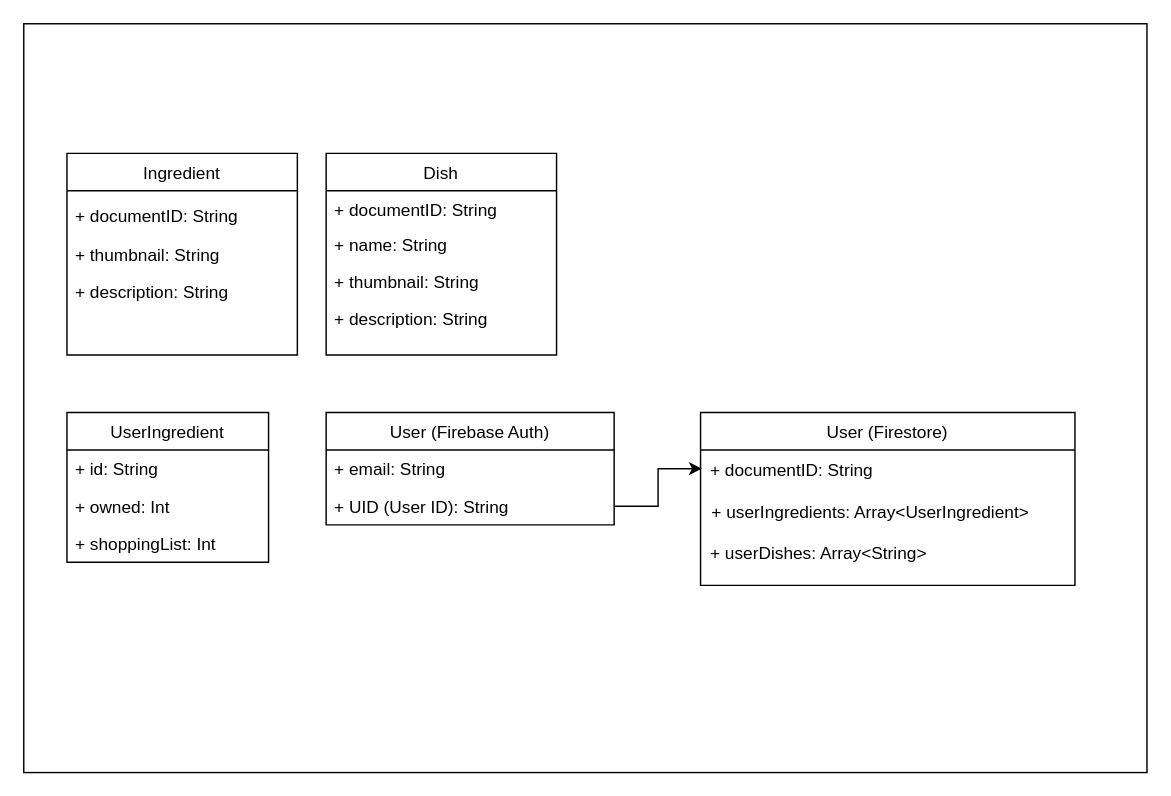
Earlier version of the draw.io diagram Flowcharts and Diagrams/Odysseus DB Diagram.drawio (dpalencia/EasyEats). Source tidied: cells renumbered, new cells numbered last; positions are measured from the earlier drawing's top-left corner, leaving out a move shared by most shapes. Both pictures are drawn from the tidied source at 144%, with x=0, y=0 at pixel (23, 23).
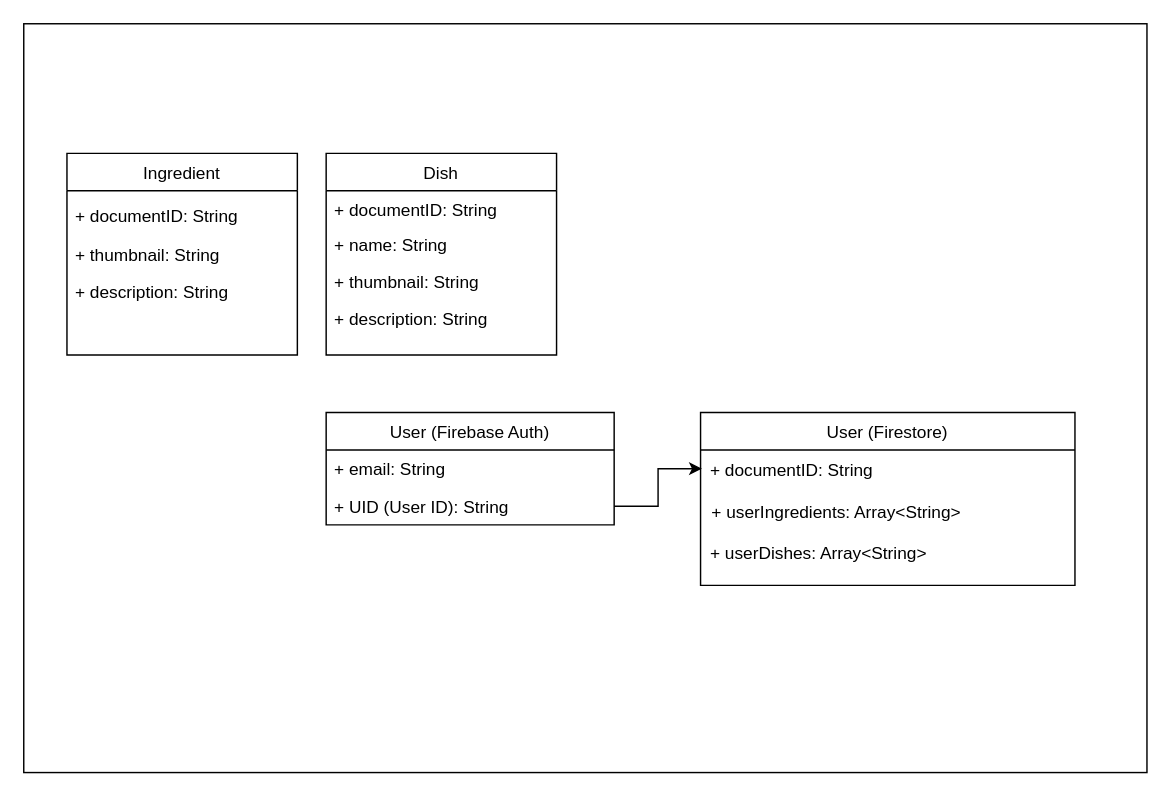
The same diagram, later.

Diff of the diagram source:
```diff
@@
-    <mxCell id="3" value="+ userIngredients: Array&lt;UserIngredient&gt;" style="text;strokeColor=none;fillColor=none;align=left;verticalAlign=top;spacingLeft=4;spacingRight=4;overflow=hidden;" parent="1" vertex="1">
+    <mxCell id="3" value="+ userIngredients: Array&lt;String&gt;" style="text;strokeColor=none;fillColor=none;align=left;verticalAlign=top;spacingLeft=4;spacingRight=4;overflow=hidden;" parent="1" vertex="1">
       <mxGeometry x="472" y="326" width="259" height="28" as="geometry" />
     </mxCell>
@@
-    <mxCell id="14" value="UserIngredient" style="swimlane;fontStyle=0;horizontal=1;startSize=26;fillColor=none;" parent="1" vertex="1">
-      <mxGeometry x="30" y="270" width="140" height="104" as="geometry" />
-    </mxCell>
-    <mxCell id="15" value="+ id: String" style="text;strokeColor=none;fillColor=none;align=left;verticalAlign=top;spacingLeft=4;spacingRight=4;overflow=hidden;" parent="14" vertex="1">
-      <mxGeometry y="26" width="140" height="26" as="geometry" />
-    </mxCell>
-    <mxCell id="16" value="+ owned: Int" style="text;strokeColor=none;fillColor=none;align=left;verticalAlign=top;spacingLeft=4;spacingRight=4;overflow=hidden;" parent="14" vertex="1">
-      <mxGeometry y="52" width="140" height="26" as="geometry" />
-    </mxCell>
-    <mxCell id="17" value="+ shoppingList: Int" style="text;strokeColor=none;fillColor=none;align=left;verticalAlign=top;spacingLeft=4;spacingRight=4;overflow=hidden;" parent="14" vertex="1">
-      <mxGeometry y="78" width="140" height="26" as="geometry" />
-    </mxCell>
```
